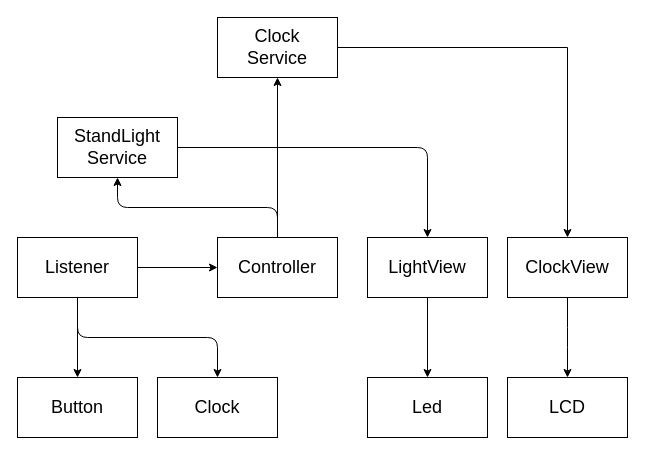
Earlier version of the draw.io diagram page "페이지-1" (1 of 2) of sw_design/architecture.drawio (Stradito/StandLight_Clock_temperature). Source tidied: cells renumbered, new cells numbered last; positions are measured from the earlier drawing's top-left corner, leaving out a move shared by most shapes. Both pictures are drawn from the tidied source at 100%, with x=0, y=0 at pixel (17, 17).
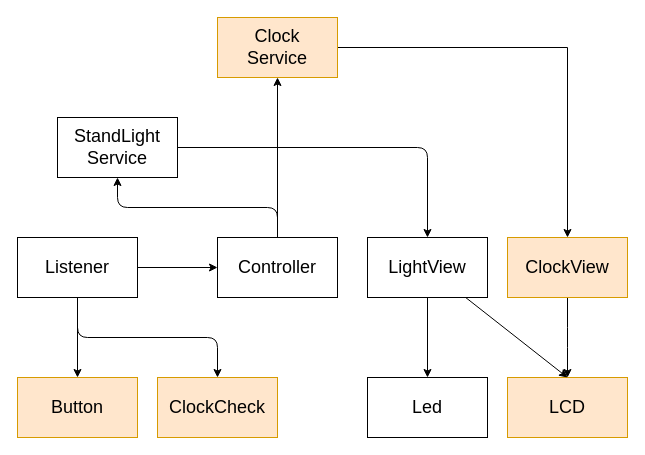
The same page after the edit.

Unchanged cells that the change refers to:
```xml
<mxCell id="19" value="LightView" style="whiteSpace=wrap;html=1;fontSize=18;" parent="1" vertex="1">
  <mxGeometry x="350" y="220" width="120" height="60" as="geometry" />
</mxCell>
```

What changed in the source:
```diff
@@
-    <mxCell id="2" value="Button" style="whiteSpace=wrap;html=1;fontSize=18;" parent="1" vertex="1">
+    <mxCell id="2" value="Button" style="whiteSpace=wrap;html=1;fontSize=18;fillColor=#ffe6cc;strokeColor=#d79b00;" parent="1" vertex="1">
       <mxGeometry y="360" width="120" height="60" as="geometry" />
     </mxCell>
@@
-    <mxCell id="11" value="ClockView" style="whiteSpace=wrap;html=1;fontSize=18;" parent="1" vertex="1">
+    <mxCell id="11" value="ClockView" style="whiteSpace=wrap;html=1;fontSize=18;fillColor=#ffe6cc;strokeColor=#d79b00;" parent="1" vertex="1">
       <mxGeometry x="490" y="220" width="120" height="60" as="geometry" />
     </mxCell>
@@
-    <mxCell id="14" value="Clock&lt;br&gt;Service" style="whiteSpace=wrap;html=1;fontSize=18;" parent="1" vertex="1">
+    <mxCell id="14" value="Clock&lt;br&gt;Service" style="whiteSpace=wrap;html=1;fontSize=18;fillColor=#ffe6cc;strokeColor=#d79b00;" parent="1" vertex="1">
       <mxGeometry x="200" width="120" height="60" as="geometry" />
     </mxCell>
-    <mxCell id="15" value="LCD" style="whiteSpace=wrap;html=1;fontSize=18;" parent="1" vertex="1">
+    <mxCell id="15" value="LCD" style="whiteSpace=wrap;html=1;fontSize=18;fillColor=#ffe6cc;strokeColor=#d79b00;" parent="1" vertex="1">
       <mxGeometry x="490" y="360" width="120" height="60" as="geometry" />
     </mxCell>
@@
+    <mxCell id="21" style="edgeStyle=none;html=1;entryX=0.5;entryY=0;entryDx=0;entryDy=0;" parent="1" edge="1" source="19" target="15">
+      <mxGeometry relative="1" as="geometry" />
+    </mxCell>
@@
-    <mxCell id="20" value="Clock" style="whiteSpace=wrap;html=1;fontSize=18;" parent="1" vertex="1">
+    <mxCell id="20" value="ClockCheck" style="whiteSpace=wrap;html=1;fontSize=18;fillColor=#ffe6cc;strokeColor=#d79b00;" parent="1" vertex="1">
       <mxGeometry x="140" y="360" width="120" height="60" as="geometry" />
     </mxCell>
```
